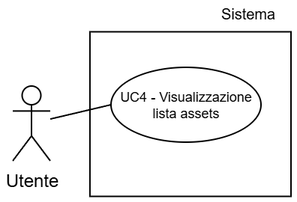
AtlasTeam9/Documenti keeps this draw.io diagram as Tutti i documenti/Assets/Diagrammi/UC4.png. Above is the earlier version. Source tidied: cells renumbered, new cells last; positions are measured from the earlier drawing's top-left corner, leaving out a move shared by most shapes.
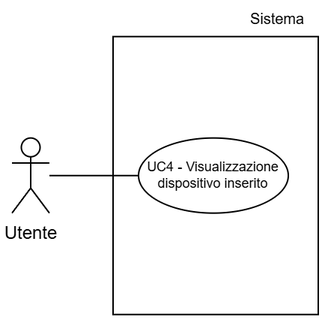
After the commit.

Diff of the diagram source:
```diff
@@ -2,20 +2,20 @@
   <root>
     <mxCell id="0" />
     <mxCell id="1" parent="0" />
-    <mxCell id="2" value="Sistema" style="text;html=1;whiteSpace=wrap;strokeColor=none;fillColor=none;align=center;verticalAlign=middle;rounded=0;fontFamily=Helvetica;fontSize=10;fontColor=light-dark(#000000,#000000);labelBackgroundColor=none;" parent="1" vertex="1">
-      <mxGeometry x="129" y="0.2" width="56.5" as="geometry" />
+    <mxCell id="2" style="whiteSpace=wrap;html=1;strokeColor=light-dark(#000000,#000000);align=center;verticalAlign=top;fontFamily=Helvetica;fontSize=12;fontColor=default;fillColor=light-dark(#FFFFFF,#FFFFFF);strokeWidth=1;" parent="1" vertex="1">
+      <mxGeometry x="-408" y="-48.1" width="137" height="185" as="geometry" />
     </mxCell>
-    <mxCell id="3" style="whiteSpace=wrap;html=1;strokeColor=light-dark(#000000,#000000);align=center;verticalAlign=top;fontFamily=Helvetica;fontSize=12;fontColor=default;fillColor=light-dark(#FFFFFF,#FFFFFF);strokeWidth=1;" parent="1" vertex="1">
-      <mxGeometry x="51.5" y="12.8" width="134" height="110" as="geometry" />
+    <mxCell id="3" value="&lt;font style=&quot;color: light-dark(rgb(0, 0, 0), rgb(0, 0, 0));&quot;&gt;Utente&lt;/font&gt;" style="shape=umlActor;verticalLabelPosition=bottom;verticalAlign=top;html=1;outlineConnect=0;strokeColor=light-dark(#000000,#000000);fillColor=light-dark(#FFFFFF,transparent);" parent="1" vertex="1">
+      <mxGeometry x="-475.5" y="19.3" width="25" height="50" as="geometry" />
     </mxCell>
-    <mxCell id="4" value="&lt;font style=&quot;color: light-dark(rgb(0, 0, 0), rgb(0, 0, 0));&quot;&gt;Utente&lt;/font&gt;" style="shape=umlActor;verticalLabelPosition=bottom;verticalAlign=top;html=1;outlineConnect=0;strokeColor=light-dark(#000000,#000000);fillColor=light-dark(#FFFFFF,transparent);" parent="1" vertex="1">
-      <mxGeometry y="49" width="25" height="50" as="geometry" />
+    <mxCell id="4" style="endArrow=none;html=1;rounded=0;fontFamily=Helvetica;fontSize=12;fontColor=default;strokeColor=light-dark(#000000,#000000);entryX=0;entryY=0.5;entryDx=0;entryDy=0;" parent="1" edge="1" source="3" target="5">
+      <mxGeometry relative="1" as="geometry" />
     </mxCell>
-    <mxCell id="5" value="&lt;font style=&quot;color: light-dark(rgb(0, 0, 0), rgb(0, 0, 0)); line-height: 100%;&quot;&gt;UC4 - Visualizzazione lista assets&lt;/font&gt;" style="ellipse;whiteSpace=wrap;html=1;strokeColor=light-dark(#000000,#000000);align=center;verticalAlign=middle;fontFamily=Helvetica;fontSize=9;fontColor=default;fillColor=light-dark(#FFFFFF, #ffffff);" parent="1" vertex="1">
-      <mxGeometry x="65.5" y="36.5" width="100" height="50" as="geometry" />
+    <mxCell id="5" value="&lt;font style=&quot;color: light-dark(rgb(0, 0, 0), rgb(0, 0, 0)); line-height: 100%;&quot;&gt;UC4 - Visualizzazione dispositivo inserito&lt;/font&gt;" style="ellipse;whiteSpace=wrap;html=1;strokeColor=light-dark(#000000,#000000);align=center;verticalAlign=middle;fontFamily=Helvetica;fontSize=9;fontColor=default;fillColor=light-dark(#FFFFFF,#FFFFFF);" parent="1" vertex="1">
+      <mxGeometry x="-391" y="19.3" width="100" height="50" as="geometry" />
     </mxCell>
-    <mxCell id="6" style="rounded=0;jettySize=auto;html=1;exitX=0;exitY=0.5;exitDx=0;exitDy=0;strokeColor=light-dark(#000000,#000000);endArrow=none;endFill=0;" parent="1" edge="1" source="5" target="4">
-      <mxGeometry relative="1" as="geometry" />
+    <mxCell id="6" value="Sistema" style="text;html=1;whiteSpace=wrap;strokeColor=none;fillColor=none;align=center;verticalAlign=middle;rounded=0;fontFamily=Helvetica;fontSize=10;fontColor=light-dark(#000000,#000000);labelBackgroundColor=none;" parent="1" vertex="1">
+      <mxGeometry x="-328" y="-69.4" width="60" height="18.8" as="geometry" />
     </mxCell>
   </root>
 </mxGraphModel>
```
